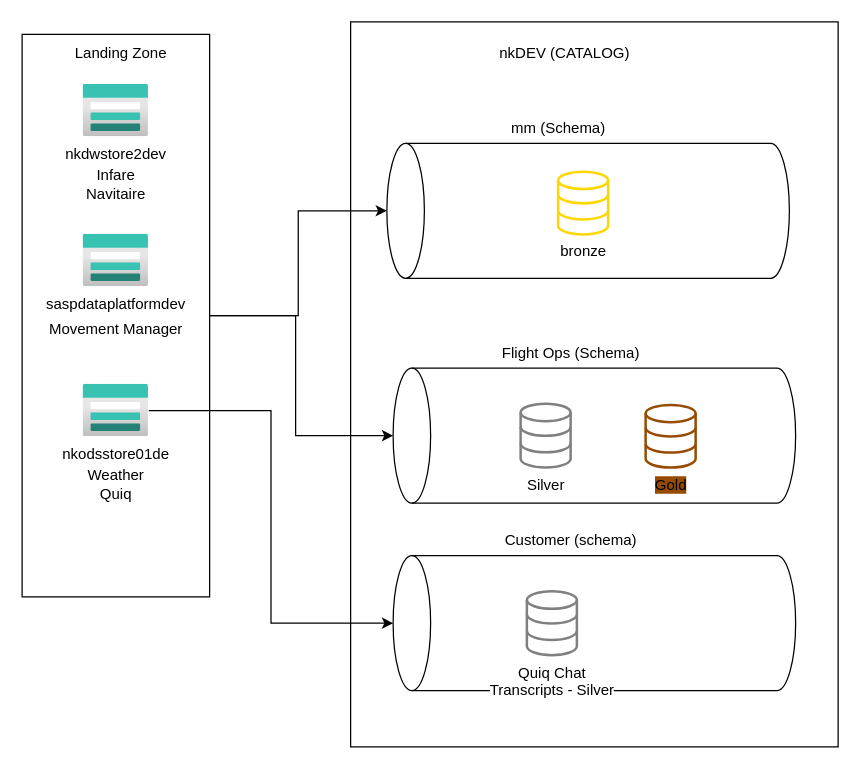
This is UnityCatalog.drawio from nkuppili/nkuppili, a draw.io file, before an edit. Source tidied: cells renumbered, new cells numbered last; positions are measured from the earlier drawing's top-left corner, leaving out a move shared by most shapes. Both pictures are drawn from the tidied source at 125%, with x=0, y=0 at pixel (21, 9).
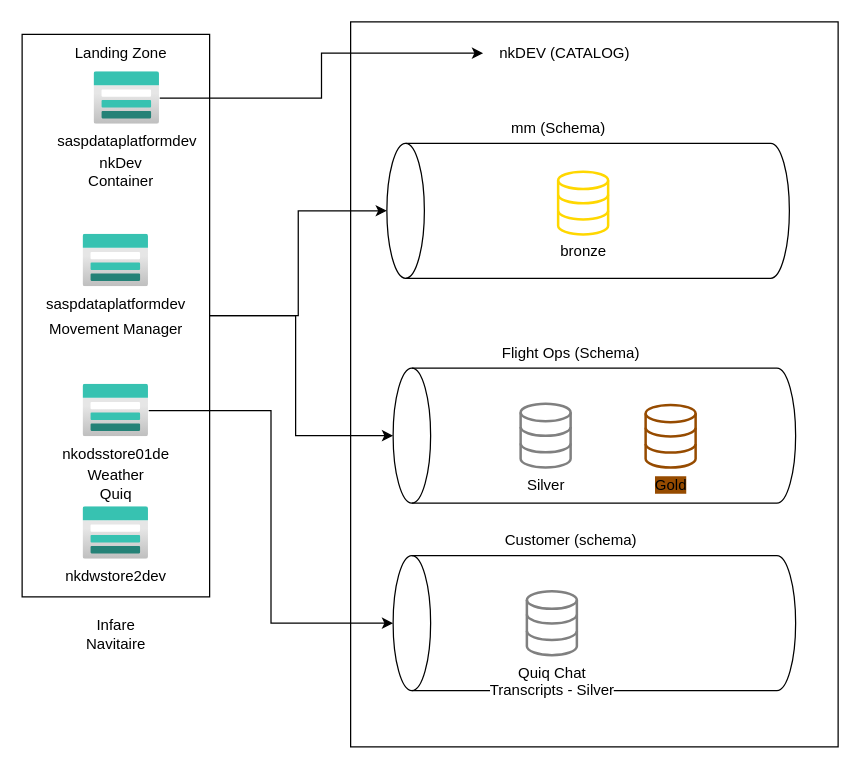
Above is the later version.

Unchanged cells that the change refers to:
```xml
<mxCell id="17" value="nkDEV (CATALOG)" style="text;html=1;align=center;verticalAlign=middle;points=[];strokeColor=none;fillColor=none;" parent="1" vertex="1">
  <mxGeometry x="369" y="20" width="130" height="30" as="geometry" />
</mxCell>
```

Change to the diagram source:
```diff
@@
     <mxCell id="7" value="nkdwstore2dev" style="image;html=1;align=center;fontSize=12;image=img/lib/azure2/storage/Storage_Accounts.svg;" parent="1" vertex="1">
-      <mxGeometry x="49" y="60" width="52.5" height="42" as="geometry" />
+      <mxGeometry x="49" y="398" width="52.5" height="42" as="geometry" />
     </mxCell>
@@
     <mxCell id="11" value="Infare&lt;br&gt;Navitaire&lt;br&gt;" style="text;html=1;align=center;verticalAlign=middle;strokeColor=none;fillColor=none;" parent="1" vertex="1">
-      <mxGeometry x="40.2" y="120" width="70" height="40" as="geometry" />
+      <mxGeometry x="40.2" y="480" width="70" height="40" as="geometry" />
     </mxCell>
@@
+    <mxCell id="25" style="edgeStyle=orthogonalEdgeStyle;rounded=0;jettySize=auto;html=1;" parent="1" edge="1" source="26" target="17">
+      <mxGeometry relative="1" as="geometry" />
+    </mxCell>
+    <mxCell id="26" value="saspdataplatformdev" style="image;html=1;points=[];align=center;fontSize=12;image=img/lib/azure2/storage/Storage_Accounts.svg;" parent="1" vertex="1">
+      <mxGeometry x="57.8" y="50" width="52.5" height="42" as="geometry" />
+    </mxCell>
+    <mxCell id="27" value="nkDev&lt;br&gt;Container" style="text;html=1;align=center;verticalAlign=middle;strokeColor=none;fillColor=none;" parent="1" vertex="1">
+      <mxGeometry x="39" y="110" width="80" height="40" as="geometry" />
+    </mxCell>
```
